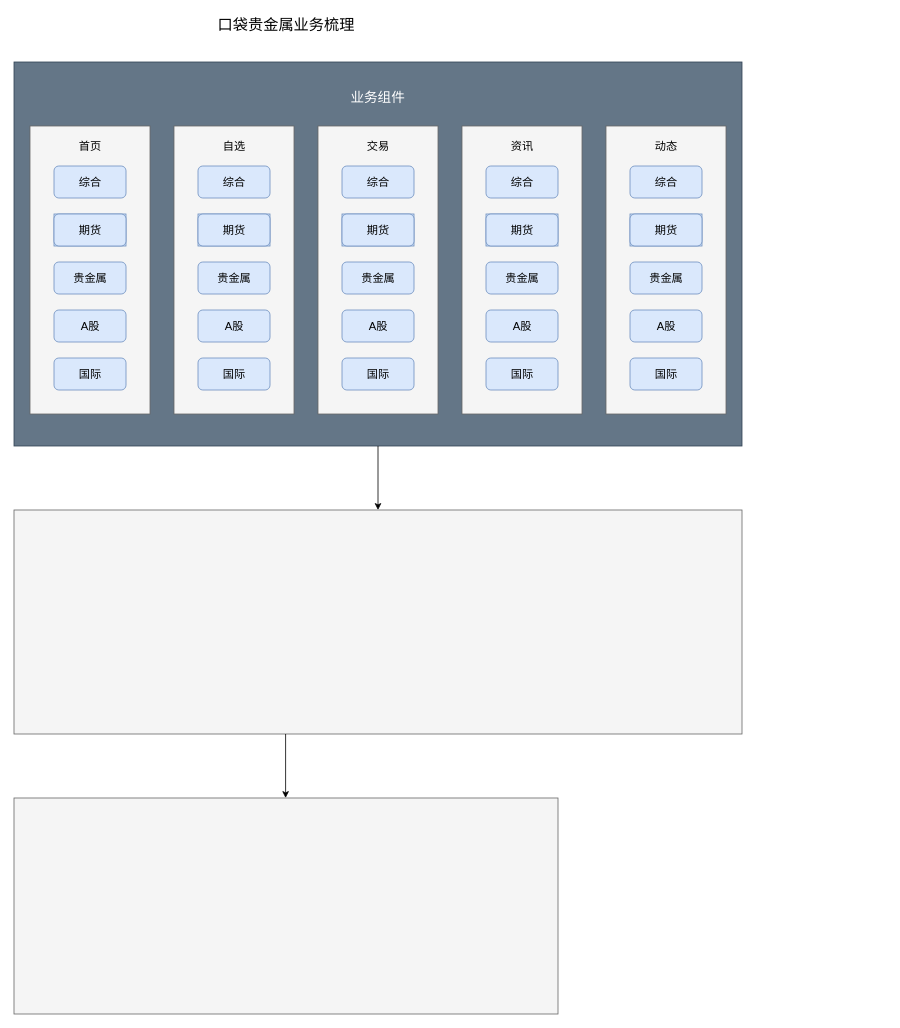
Above: 口袋贵金属业务梳理.drawio in CY-0227/YC_Binary_Config (draw.io), before the change. Source tidied: cells renumbered, new cells numbered last; positions are measured from the earlier drawing's top-left corner, leaving out a move shared by most shapes. Both pictures are drawn from the tidied source at 80%, with x=0, y=0 at pixel (14, 14).
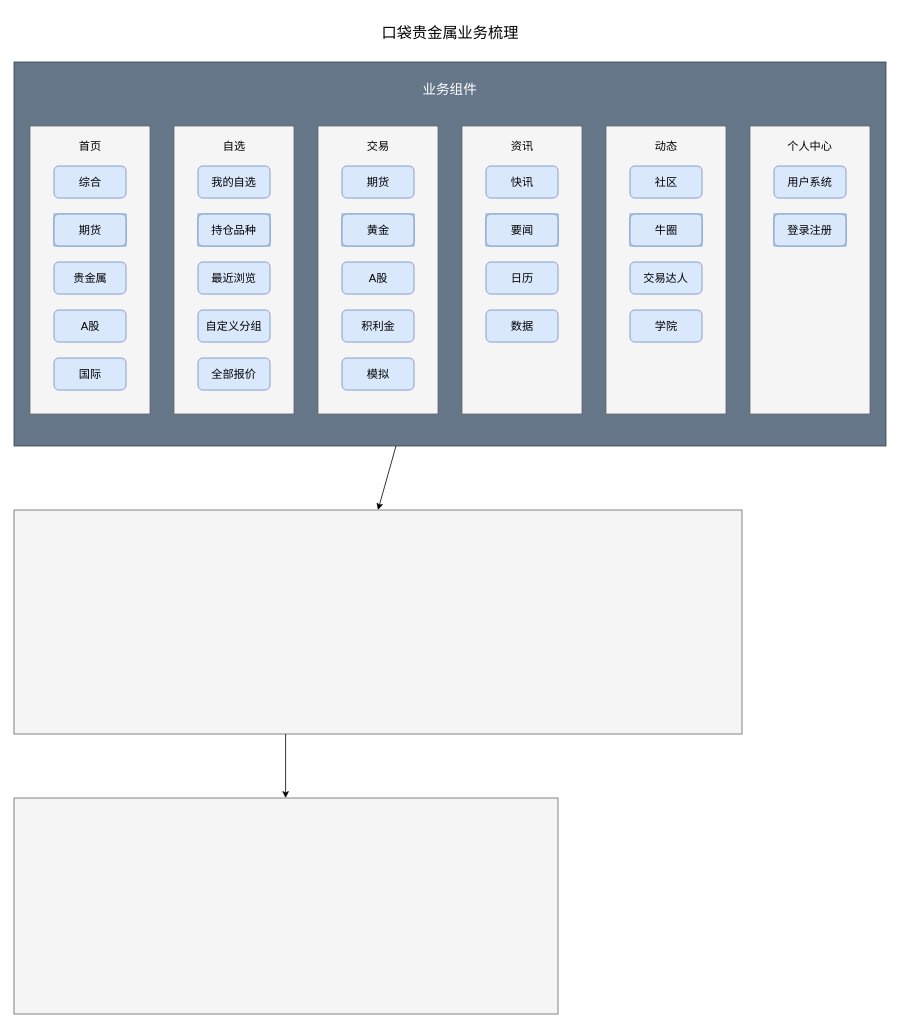
After the change.

Commit message (it also covers changes not shown here):
更新口袋贵金属业务梳理.drawio

Unchanged cells that the change refers to:
```xml
<mxCell id="28" style="group;" parent="1" vertex="1">
  <mxGeometry x="200" y="140" width="150" height="360" as="geometry" />
</mxCell>
<mxCell id="31" style="group;" parent="28" vertex="1">
  <mxGeometry x="30" y="50" width="90" height="40" as="geometry" />
</mxCell>
<mxCell id="34" style="group;fillColor=#dae8fc;strokeColor=#6c8ebf;gradientColor=none;rounded=0;glass=0;" parent="28" vertex="1">
  <mxGeometry x="30" y="110" width="90" height="40" as="geometry" />
</mxCell>
<mxCell id="37" style="group;" parent="28" vertex="1">
  <mxGeometry x="30" y="170" width="90" height="40" as="geometry" />
</mxCell>
<mxCell id="40" style="group;" parent="28" vertex="1">
  <mxGeometry x="30" y="230" width="90" height="40" as="geometry" />
</mxCell>
<mxCell id="43" style="group;" parent="28" vertex="1">
  <mxGeometry x="30" y="290" width="90" height="40" as="geometry" />
</mxCell>
<mxCell id="49" style="group;" parent="46" vertex="1">
  <mxGeometry x="30" y="50" width="90" height="40" as="geometry" />
</mxCell>
<mxCell id="52" style="group;fillColor=#dae8fc;strokeColor=#6c8ebf;gradientColor=none;rounded=0;glass=0;" parent="46" vertex="1">
  <mxGeometry x="30" y="110" width="90" height="40" as="geometry" />
</mxCell>
<mxCell id="55" style="group;" parent="46" vertex="1">
  <mxGeometry x="30" y="170" width="90" height="40" as="geometry" />
</mxCell>
<mxCell id="58" style="group;" parent="46" vertex="1">
  <mxGeometry x="30" y="230" width="90" height="40" as="geometry" />
</mxCell>
<mxCell id="61" style="group;" parent="46" vertex="1">
  <mxGeometry x="30" y="290" width="90" height="40" as="geometry" />
</mxCell>
<mxCell id="64" style="group;" parent="1" vertex="1">
  <mxGeometry x="560" y="140" width="150" height="360" as="geometry" />
</mxCell>
<mxCell id="67" style="group;" parent="64" vertex="1">
  <mxGeometry x="30" y="50" width="90" height="40" as="geometry" />
</mxCell>
<mxCell id="70" style="group;fillColor=#dae8fc;strokeColor=#6c8ebf;gradientColor=none;rounded=0;glass=0;" parent="64" vertex="1">
  <mxGeometry x="30" y="110" width="90" height="40" as="geometry" />
</mxCell>
<mxCell id="73" style="group;" parent="64" vertex="1">
  <mxGeometry x="30" y="170" width="90" height="40" as="geometry" />
</mxCell>
<mxCell id="76" style="group;" parent="64" vertex="1">
  <mxGeometry x="30" y="230" width="90" height="40" as="geometry" />
</mxCell>
<mxCell id="82" style="group;" parent="1" vertex="1">
  <mxGeometry x="740" y="140" width="150" height="360" as="geometry" />
</mxCell>
<mxCell id="85" style="group;" parent="82" vertex="1">
  <mxGeometry x="30" y="50" width="90" height="40" as="geometry" />
</mxCell>
<mxCell id="88" style="group;fillColor=#dae8fc;strokeColor=#6c8ebf;gradientColor=none;rounded=0;glass=0;" parent="82" vertex="1">
  <mxGeometry x="30" y="110" width="90" height="40" as="geometry" />
</mxCell>
<mxCell id="91" style="group;" parent="82" vertex="1">
  <mxGeometry x="30" y="170" width="90" height="40" as="geometry" />
</mxCell>
<mxCell id="94" style="group;" parent="82" vertex="1">
  <mxGeometry x="30" y="230" width="90" height="40" as="geometry" />
</mxCell>
```

What changed in the source:
```diff
@@
     <mxCell id="2" style="rounded=0;whiteSpace=wrap;html=1;fillColor=#647687;strokeColor=#314354;fontColor=#ffffff;" parent="1" vertex="1">
-      <mxGeometry y="60" width="910" height="480" as="geometry" />
+      <mxGeometry y="60" width="1090" height="480" as="geometry" />
     </mxCell>
@@
     <mxCell id="8" value="&lt;font style=&quot;font-size: 19px&quot;&gt;口袋贵金属业务梳理&lt;/font&gt;" style="text;html=1;strokeColor=none;fillColor=none;align=center;verticalAlign=middle;whiteSpace=wrap;rounded=0;" parent="1" vertex="1">
-      <mxGeometry x="217.5" width="245" height="30" as="geometry" />
+      <mxGeometry x="422.5" y="10" width="245" height="30" as="geometry" />
     </mxCell>
     <mxCell id="9" value="&lt;font style=&quot;font-size: 17px&quot;&gt;业务组件&lt;/font&gt;" style="text;html=1;strokeColor=none;fillColor=none;align=center;verticalAlign=middle;whiteSpace=wrap;rounded=0;fontSize=19;fontColor=#FFFFFF;" parent="1" vertex="1">
-      <mxGeometry x="390" y="90" width="130" height="30" as="geometry" />
+      <mxGeometry x="480" y="80" width="130" height="30" as="geometry" />
     </mxCell>
@@
-    <mxCell id="33" value="综合" style="text;html=1;strokeColor=none;fillColor=#dae8fc;align=center;verticalAlign=middle;whiteSpace=wrap;rounded=0;fontSize=14;" parent="31" vertex="1">
-      <mxGeometry x="22.5" y="10" width="45" height="20" as="geometry" />
+    <mxCell id="33" value="我的自选" style="text;html=1;strokeColor=none;fillColor=#dae8fc;align=center;verticalAlign=middle;whiteSpace=wrap;rounded=0;fontSize=14;" parent="31" vertex="1">
+      <mxGeometry x="15" y="10" width="60" height="20" as="geometry" />
     </mxCell>
@@
-    <mxCell id="36" value="期货" style="text;html=1;strokeColor=none;fillColor=#dae8fc;align=center;verticalAlign=middle;whiteSpace=wrap;rounded=0;fontSize=14;" parent="34" vertex="1">
-      <mxGeometry x="22.5" y="10" width="45" height="20" as="geometry" />
-    </mxCell>
@@
-    <mxCell id="39" value="贵金属" style="text;html=1;strokeColor=none;fillColor=none;align=center;verticalAlign=middle;whiteSpace=wrap;rounded=0;fontSize=14;fontColor=#000000;" parent="37" vertex="1">
-      <mxGeometry x="22.5" y="10" width="45" height="20" as="geometry" />
+    <mxCell id="39" value="最近浏览" style="text;html=1;strokeColor=none;fillColor=none;align=center;verticalAlign=middle;whiteSpace=wrap;rounded=0;fontSize=14;fontColor=#000000;" parent="37" vertex="1">
+      <mxGeometry x="16.2" y="10" width="57.5" height="20" as="geometry" />
     </mxCell>
@@
-    <mxCell id="42" value="A股" style="text;html=1;strokeColor=none;fillColor=none;align=center;verticalAlign=middle;whiteSpace=wrap;rounded=0;fontSize=14;fontColor=#000000;" parent="40" vertex="1">
-      <mxGeometry x="22.5" y="10" width="45" height="20" as="geometry" />
+    <mxCell id="42" value="自定义分组" style="text;html=1;strokeColor=none;fillColor=none;align=center;verticalAlign=middle;whiteSpace=wrap;rounded=0;fontSize=14;fontColor=#000000;" parent="40" vertex="1">
+      <mxGeometry x="8.1" y="10" width="73.8" height="20" as="geometry" />
     </mxCell>
@@
-    <mxCell id="45" value="国际" style="text;html=1;strokeColor=none;fillColor=none;align=center;verticalAlign=middle;whiteSpace=wrap;rounded=0;fontSize=14;fontColor=#000000;" parent="43" vertex="1">
-      <mxGeometry x="22.5" y="10" width="45" height="20" as="geometry" />
+    <mxCell id="45" value="全部报价" style="text;html=1;strokeColor=none;fillColor=none;align=center;verticalAlign=middle;whiteSpace=wrap;rounded=0;fontSize=14;fontColor=#000000;" parent="43" vertex="1">
+      <mxGeometry x="16.2" y="10" width="57.5" height="20" as="geometry" />
     </mxCell>
+    <mxCell id="36" value="持仓品种" style="text;html=1;strokeColor=none;fillColor=#dae8fc;align=center;verticalAlign=middle;whiteSpace=wrap;rounded=0;fontSize=14;" parent="28" vertex="1">
+      <mxGeometry x="46.2" y="120" width="57.5" height="20" as="geometry" />
+    </mxCell>
@@
-    <mxCell id="51" value="综合" style="text;html=1;strokeColor=none;fillColor=#dae8fc;align=center;verticalAlign=middle;whiteSpace=wrap;rounded=0;fontSize=14;" parent="49" vertex="1">
+    <mxCell id="51" value="期货" style="text;html=1;strokeColor=none;fillColor=#dae8fc;align=center;verticalAlign=middle;whiteSpace=wrap;rounded=0;fontSize=14;" parent="49" vertex="1">
       <mxGeometry x="22.5" y="10" width="45" height="20" as="geometry" />
     </mxCell>
@@
-    <mxCell id="54" value="期货" style="text;html=1;strokeColor=none;fillColor=#dae8fc;align=center;verticalAlign=middle;whiteSpace=wrap;rounded=0;fontSize=14;" parent="52" vertex="1">
+    <mxCell id="54" value="黄金" style="text;html=1;strokeColor=none;fillColor=#dae8fc;align=center;verticalAlign=middle;whiteSpace=wrap;rounded=0;fontSize=14;" parent="52" vertex="1">
       <mxGeometry x="22.5" y="10" width="45" height="20" as="geometry" />
     </mxCell>
@@
-    <mxCell id="57" value="贵金属" style="text;html=1;strokeColor=none;fillColor=none;align=center;verticalAlign=middle;whiteSpace=wrap;rounded=0;fontSize=14;fontColor=#000000;" parent="55" vertex="1">
+    <mxCell id="57" value="A股" style="text;html=1;strokeColor=none;fillColor=none;align=center;verticalAlign=middle;whiteSpace=wrap;rounded=0;fontSize=14;fontColor=#000000;" parent="55" vertex="1">
       <mxGeometry x="22.5" y="10" width="45" height="20" as="geometry" />
     </mxCell>
@@
-    <mxCell id="60" value="A股" style="text;html=1;strokeColor=none;fillColor=none;align=center;verticalAlign=middle;whiteSpace=wrap;rounded=0;fontSize=14;fontColor=#000000;" parent="58" vertex="1">
+    <mxCell id="60" value="积利金" style="text;html=1;strokeColor=none;fillColor=none;align=center;verticalAlign=middle;whiteSpace=wrap;rounded=0;fontSize=14;fontColor=#000000;" parent="58" vertex="1">
       <mxGeometry x="22.5" y="10" width="45" height="20" as="geometry" />
     </mxCell>
@@
-    <mxCell id="63" value="国际" style="text;html=1;strokeColor=none;fillColor=none;align=center;verticalAlign=middle;whiteSpace=wrap;rounded=0;fontSize=14;fontColor=#000000;" parent="61" vertex="1">
+    <mxCell id="63" value="模拟" style="text;html=1;strokeColor=none;fillColor=none;align=center;verticalAlign=middle;whiteSpace=wrap;rounded=0;fontSize=14;fontColor=#000000;" parent="61" vertex="1">
       <mxGeometry x="22.5" y="10" width="45" height="20" as="geometry" />
     </mxCell>
@@
-    <mxCell id="69" value="综合" style="text;html=1;strokeColor=none;fillColor=#dae8fc;align=center;verticalAlign=middle;whiteSpace=wrap;rounded=0;fontSize=14;" parent="67" vertex="1">
+    <mxCell id="69" value="快讯" style="text;html=1;strokeColor=none;fillColor=#dae8fc;align=center;verticalAlign=middle;whiteSpace=wrap;rounded=0;fontSize=14;" parent="67" vertex="1">
       <mxGeometry x="22.5" y="10" width="45" height="20" as="geometry" />
     </mxCell>
@@
-    <mxCell id="72" value="期货" style="text;html=1;strokeColor=none;fillColor=#dae8fc;align=center;verticalAlign=middle;whiteSpace=wrap;rounded=0;fontSize=14;" parent="70" vertex="1">
+    <mxCell id="72" value="要闻" style="text;html=1;strokeColor=none;fillColor=#dae8fc;align=center;verticalAlign=middle;whiteSpace=wrap;rounded=0;fontSize=14;" parent="70" vertex="1">
       <mxGeometry x="22.5" y="10" width="45" height="20" as="geometry" />
     </mxCell>
@@
-    <mxCell id="75" value="贵金属" style="text;html=1;strokeColor=none;fillColor=none;align=center;verticalAlign=middle;whiteSpace=wrap;rounded=0;fontSize=14;fontColor=#000000;" parent="73" vertex="1">
+    <mxCell id="75" value="日历" style="text;html=1;strokeColor=none;fillColor=none;align=center;verticalAlign=middle;whiteSpace=wrap;rounded=0;fontSize=14;fontColor=#000000;" parent="73" vertex="1">
       <mxGeometry x="22.5" y="10" width="45" height="20" as="geometry" />
     </mxCell>
@@
-    <mxCell id="78" value="A股" style="text;html=1;strokeColor=none;fillColor=none;align=center;verticalAlign=middle;whiteSpace=wrap;rounded=0;fontSize=14;fontColor=#000000;" parent="76" vertex="1">
+    <mxCell id="78" value="数据" style="text;html=1;strokeColor=none;fillColor=none;align=center;verticalAlign=middle;whiteSpace=wrap;rounded=0;fontSize=14;fontColor=#000000;" parent="76" vertex="1">
       <mxGeometry x="22.5" y="10" width="45" height="20" as="geometry" />
     </mxCell>
-    <mxCell id="79" style="group;" parent="64" vertex="1">
-      <mxGeometry x="30" y="290" width="90" height="40" as="geometry" />
-    </mxCell>
-    <mxCell id="80" style="rounded=1;whiteSpace=wrap;html=1;fontSize=14;fillColor=#dae8fc;strokeColor=#6c8ebf;" parent="79" vertex="1">
-      <mxGeometry width="90" height="40" as="geometry" />
-    </mxCell>
-    <mxCell id="81" value="国际" style="text;html=1;strokeColor=none;fillColor=none;align=center;verticalAlign=middle;whiteSpace=wrap;rounded=0;fontSize=14;fontColor=#000000;" parent="79" vertex="1">
-      <mxGeometry x="22.5" y="10" width="45" height="20" as="geometry" />
-    </mxCell>
@@
-    <mxCell id="87" value="综合" style="text;html=1;strokeColor=none;fillColor=#dae8fc;align=center;verticalAlign=middle;whiteSpace=wrap;rounded=0;fontSize=14;" parent="85" vertex="1">
+    <mxCell id="87" value="社区" style="text;html=1;strokeColor=none;fillColor=#dae8fc;align=center;verticalAlign=middle;whiteSpace=wrap;rounded=0;fontSize=14;" parent="85" vertex="1">
       <mxGeometry x="22.5" y="10" width="45" height="20" as="geometry" />
     </mxCell>
@@
-    <mxCell id="90" value="期货" style="text;html=1;strokeColor=none;fillColor=#dae8fc;align=center;verticalAlign=middle;whiteSpace=wrap;rounded=0;fontSize=14;" parent="88" vertex="1">
+    <mxCell id="90" value="牛圈" style="text;html=1;strokeColor=none;fillColor=#dae8fc;align=center;verticalAlign=middle;whiteSpace=wrap;rounded=0;fontSize=14;" parent="88" vertex="1">
       <mxGeometry x="22.5" y="10" width="45" height="20" as="geometry" />
     </mxCell>
@@
-    <mxCell id="93" value="贵金属" style="text;html=1;strokeColor=none;fillColor=none;align=center;verticalAlign=middle;whiteSpace=wrap;rounded=0;fontSize=14;fontColor=#000000;" parent="91" vertex="1">
-      <mxGeometry x="22.5" y="10" width="45" height="20" as="geometry" />
+    <mxCell id="93" value="交易达人" style="text;html=1;strokeColor=none;fillColor=none;align=center;verticalAlign=middle;whiteSpace=wrap;rounded=0;fontSize=14;fontColor=#000000;" parent="91" vertex="1">
+      <mxGeometry x="11.2" y="10" width="67.5" height="20" as="geometry" />
     </mxCell>
@@
-    <mxCell id="96" value="A股" style="text;html=1;strokeColor=none;fillColor=none;align=center;verticalAlign=middle;whiteSpace=wrap;rounded=0;fontSize=14;fontColor=#000000;" parent="94" vertex="1">
+    <mxCell id="96" value="学院" style="text;html=1;strokeColor=none;fillColor=none;align=center;verticalAlign=middle;whiteSpace=wrap;rounded=0;fontSize=14;fontColor=#000000;" parent="94" vertex="1">
       <mxGeometry x="22.5" y="10" width="45" height="20" as="geometry" />
     </mxCell>
-    <mxCell id="97" style="group;" parent="82" vertex="1">
-      <mxGeometry x="30" y="290" width="90" height="40" as="geometry" />
-    </mxCell>
-    <mxCell id="98" style="rounded=1;whiteSpace=wrap;html=1;fontSize=14;fillColor=#dae8fc;strokeColor=#6c8ebf;" parent="97" vertex="1">
-      <mxGeometry width="90" height="40" as="geometry" />
-    </mxCell>
-    <mxCell id="99" value="国际" style="text;html=1;strokeColor=none;fillColor=none;align=center;verticalAlign=middle;whiteSpace=wrap;rounded=0;fontSize=14;fontColor=#000000;" parent="97" vertex="1">
-      <mxGeometry x="22.5" y="10" width="45" height="20" as="geometry" />
-    </mxCell>
+    <mxCell id="100" style="group;" parent="1" vertex="1">
+      <mxGeometry x="920" y="140" width="150" height="360" as="geometry" />
+    </mxCell>
+    <mxCell id="101" style="rounded=0;whiteSpace=wrap;html=1;fontSize=17;fontColor=#333333;fillColor=#f5f5f5;strokeColor=#666666;" parent="100" vertex="1">
+      <mxGeometry width="150" height="360" as="geometry" />
+    </mxCell>
+    <mxCell id="102" value="&lt;span style=&quot;font-size: 14px&quot;&gt;个人中心&lt;/span&gt;" style="text;html=1;strokeColor=none;fillColor=none;align=center;verticalAlign=middle;whiteSpace=wrap;rounded=0;fontSize=17;fontColor=#000000;" parent="100" vertex="1">
+      <mxGeometry x="46.2" y="10" width="57.5" height="30" as="geometry" />
+    </mxCell>
+    <mxCell id="103" style="group;" parent="100" vertex="1">
+      <mxGeometry x="30" y="50" width="90" height="40" as="geometry" />
+    </mxCell>
+    <mxCell id="104" style="rounded=1;whiteSpace=wrap;html=1;fontSize=14;fillColor=#dae8fc;strokeColor=#6c8ebf;" parent="103" vertex="1">
+      <mxGeometry width="90" height="40" as="geometry" />
+    </mxCell>
+    <mxCell id="105" value="用户系统" style="text;html=1;strokeColor=none;fillColor=#dae8fc;align=center;verticalAlign=middle;whiteSpace=wrap;rounded=0;fontSize=14;" parent="103" vertex="1">
+      <mxGeometry x="16.2" y="10" width="57.5" height="20" as="geometry" />
+    </mxCell>
+    <mxCell id="106" style="group;fillColor=#dae8fc;strokeColor=#6c8ebf;gradientColor=none;rounded=0;glass=0;" parent="100" vertex="1">
+      <mxGeometry x="30" y="110" width="90" height="40" as="geometry" />
+    </mxCell>
+    <mxCell id="107" style="rounded=1;whiteSpace=wrap;html=1;fontSize=14;fillColor=#dae8fc;strokeColor=#6c8ebf;" parent="106" vertex="1">
+      <mxGeometry width="90" height="40" as="geometry" />
+    </mxCell>
+    <mxCell id="108" value="登录注册" style="text;html=1;strokeColor=none;fillColor=#dae8fc;align=center;verticalAlign=middle;whiteSpace=wrap;rounded=0;fontSize=14;" parent="100" vertex="1">
+      <mxGeometry x="46.2" y="120" width="57.5" height="20" as="geometry" />
+    </mxCell>
```
